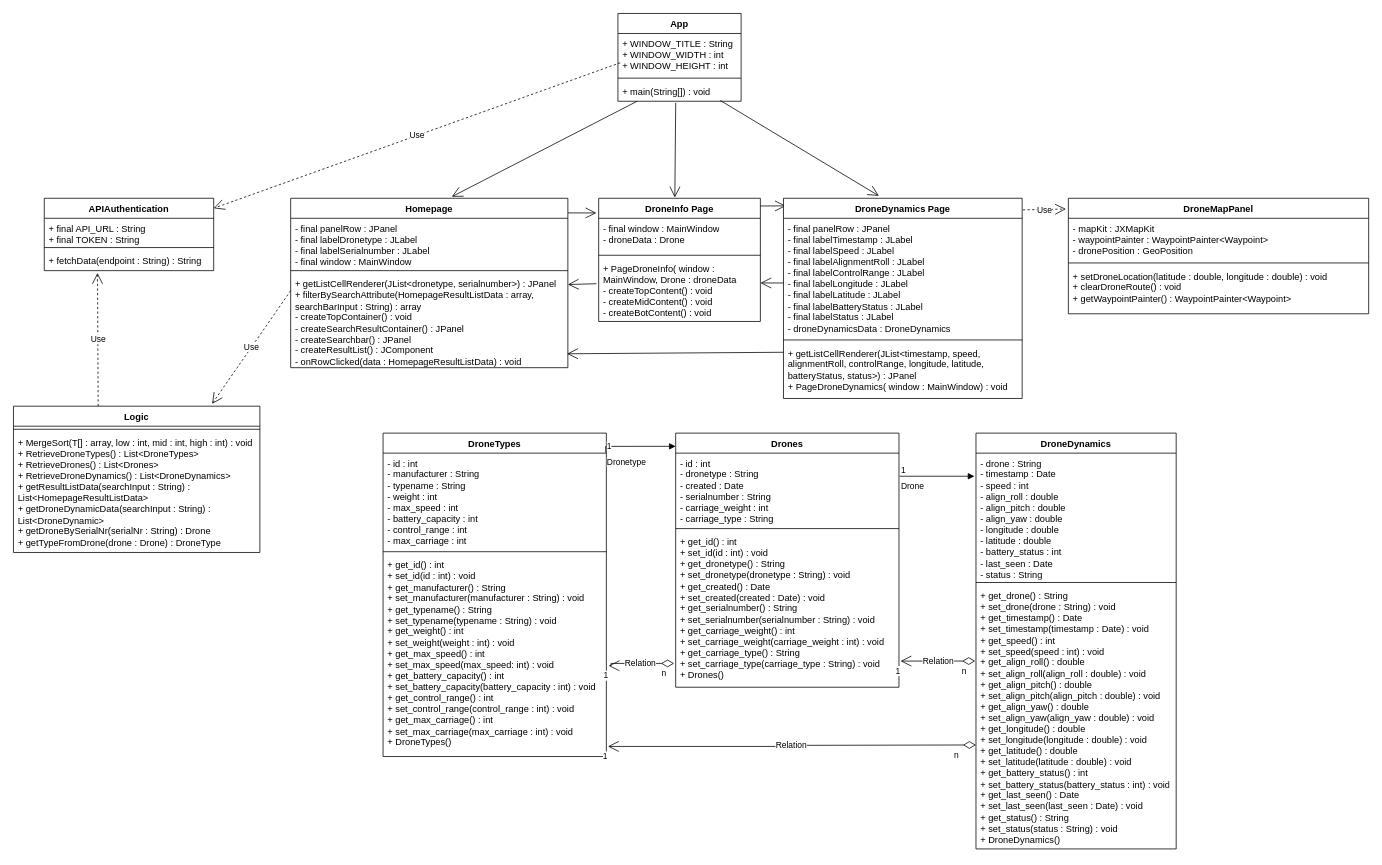
Earlier version of the draw.io diagram Unbenanntes Diagramm.drawio (TriesteCitizen/Drone-Simulator-Project). Source tidied: cells renumbered, new cells numbered last; positions are measured from the earlier drawing's top-left corner, leaving out a move shared by most shapes. Both pictures are drawn from the tidied source at 77%, with x=0, y=0 at pixel (13, 13).
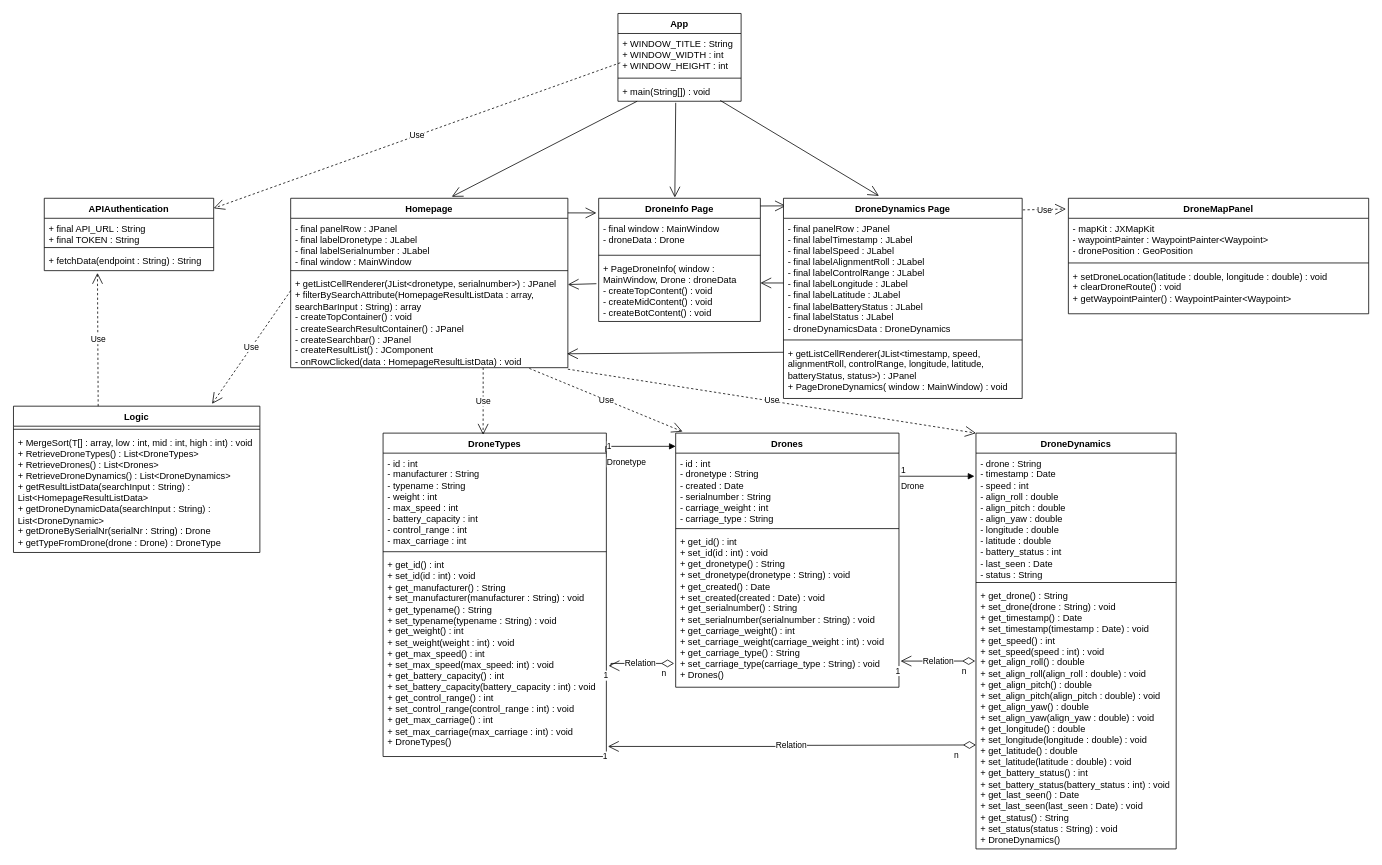
The same page after the edit.

Unchanged cells that the change refers to:
```xml
<mxCell id="2" value="DroneTypes" style="swimlane;fontStyle=1;align=center;verticalAlign=top;horizontal=1;startSize=26;whiteSpace=wrap;html=1;" parent="1" vertex="1">
  <mxGeometry x="480" y="545" width="290" height="420" as="geometry" />
</mxCell>
<mxCell id="6" value="Drones" style="swimlane;fontStyle=1;align=center;verticalAlign=top;horizontal=1;startSize=26;whiteSpace=wrap;html=1;" parent="1" vertex="1">
  <mxGeometry x="860" y="545" width="290" height="330" as="geometry" />
</mxCell>
<mxCell id="10" value="DroneDynamics" style="swimlane;fontStyle=1;align=center;verticalAlign=top;horizontal=1;startSize=26;whiteSpace=wrap;html=1;" parent="1" vertex="1">
  <mxGeometry x="1250" y="545" width="260" height="540" as="geometry" />
</mxCell>
<mxCell id="29" value="Homepage" style="swimlane;fontStyle=1;align=center;verticalAlign=top;horizontal=1;startSize=26;whiteSpace=wrap;html=1;" parent="1" vertex="1">
  <mxGeometry x="360" y="240" width="360" height="220" as="geometry" />
</mxCell>
<mxCell id="34" value="&lt;div&gt;+ getListCellRenderer(JList&amp;lt;dronetype, serialnumber&amp;gt;) : JPanel&lt;br&gt;&lt;/div&gt;&lt;div&gt;+ filterBySearchAttribute(HomepageResultListData : array, searchBarInput : String) : array&lt;/div&gt;&lt;div&gt;- createTopContainer() : void&lt;/div&gt;&lt;div&gt;- createSearchResultContainer() : JPanel&lt;/div&gt;&lt;div&gt;- createSearchbar() : JPanel&lt;/div&gt;&lt;div&gt;- createResultList() : JComponent&lt;br&gt;&lt;/div&gt;&lt;div&gt;- onRowClicked(data : HomepageResultListData) : void&lt;br&gt;&lt;/div&gt;" style="text;strokeColor=none;fillColor=none;align=left;verticalAlign=top;spacingLeft=4;spacingRight=4;overflow=hidden;points=[[0,0.5],[1,0.5]];portConstraint=eastwest;whiteSpace=wrap;html=1;" parent="29" vertex="1">
  <mxGeometry y="98" width="360" height="122" as="geometry" />
</mxCell>
```

Change to the diagram source:
```diff
@@
+    <mxCell id="66" value="Use" style="endArrow=open;endSize=12;dashed=1;html=1;rounded=0;entryX=0.448;entryY=0.005;entryDx=0;entryDy=0;entryPerimeter=0;" parent="29" edge="1" target="2">
+      <mxGeometry relative="1" as="geometry">
+        <mxPoint x="250" y="220" as="sourcePoint" />
+      </mxGeometry>
+    </mxCell>
@@
+    <mxCell id="67" value="Use" style="endArrow=open;endSize=12;dashed=1;html=1;rounded=0;entryX=0.031;entryY=-0.006;entryDx=0;entryDy=0;entryPerimeter=0;exitX=0.861;exitY=1.008;exitDx=0;exitDy=0;exitPerimeter=0;" parent="1" edge="1" source="34" target="6">
+      <mxGeometry relative="1" as="geometry" />
+    </mxCell>
+    <mxCell id="68" value="Use" style="endArrow=open;endSize=12;dashed=1;html=1;rounded=0;entryX=0;entryY=0;entryDx=0;entryDy=0;exitX=1;exitY=1.016;exitDx=0;exitDy=0;exitPerimeter=0;" parent="1" edge="1" source="34" target="10">
+      <mxGeometry relative="1" as="geometry" />
+    </mxCell>
```
